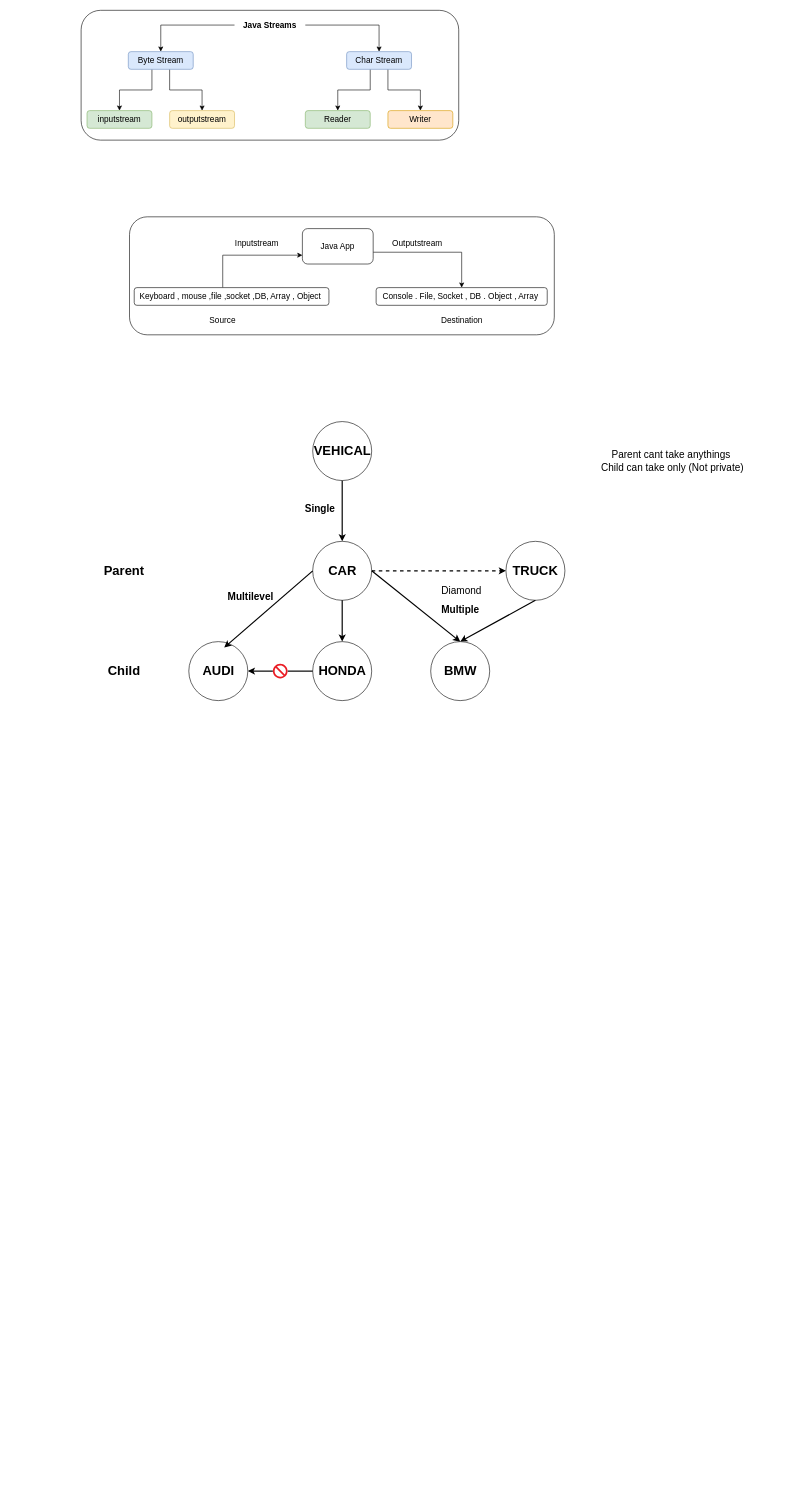
The draw.io diagram page "Page-2" (2 of 2) of AWS.drawio in Dhruv9066/Assignment, before the edit. Source tidied: cells renumbered, new cells numbered last; positions are measured from the earlier drawing's top-left corner, leaving out a move shared by most shapes. Both pictures are drawn from the tidied source at 59%, with x=0, y=0 at pixel (81, 10).
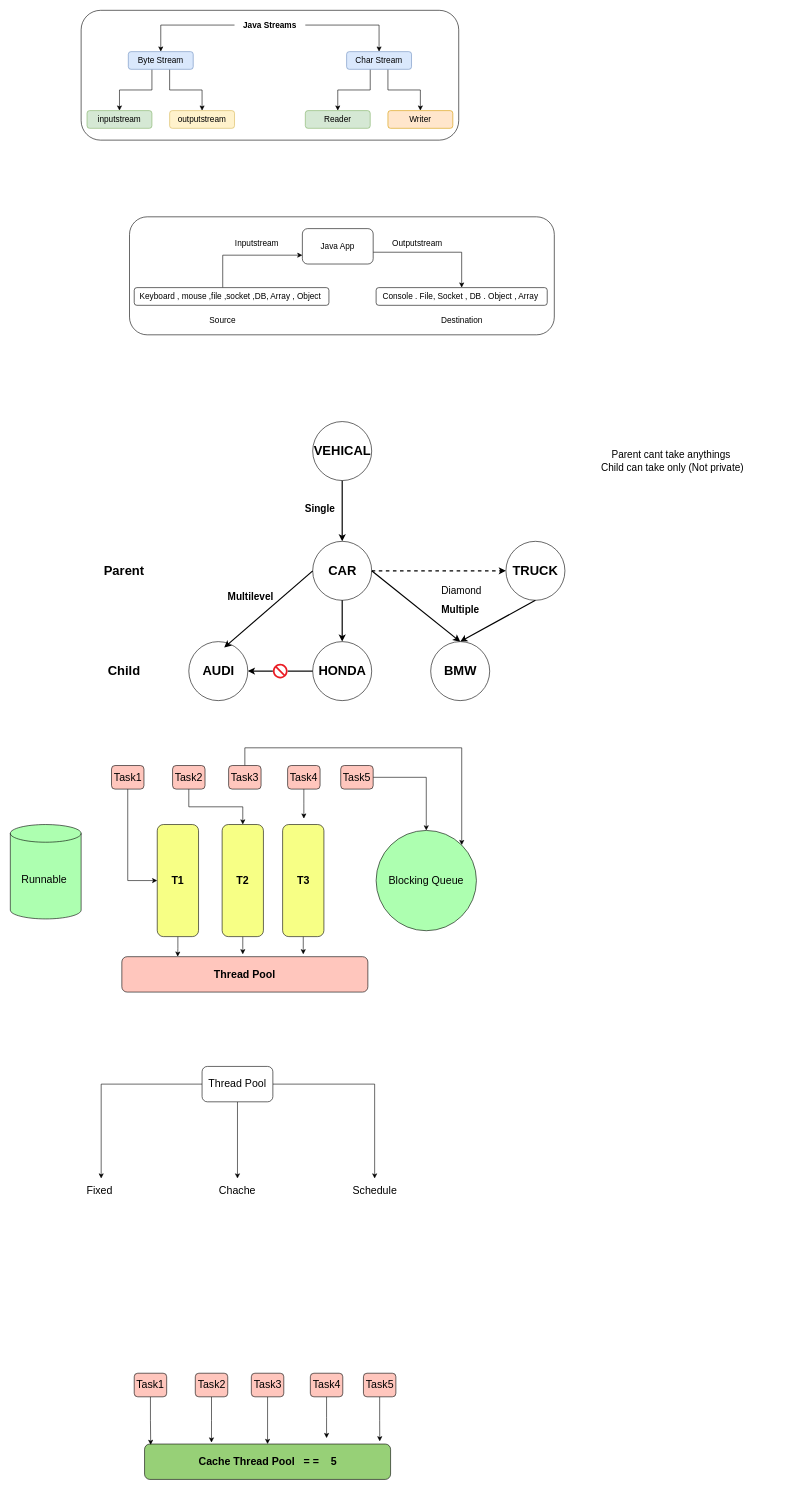
Above is the later version.

The edit, as a diff of the source:
```diff
@@
+    <mxCell id="48" value="&lt;b&gt;&lt;font style=&quot;font-size: 18px;&quot;&gt;Thread Pool&lt;/font&gt;&lt;/b&gt;" style="rounded=1;whiteSpace=wrap;html=1;fontSize=14;fillColor=#FFC6BD;" parent="1" vertex="1">
+      <mxGeometry x="69" y="1604" width="417" height="60" as="geometry" />
+    </mxCell>
+    <mxCell id="49" style="edgeStyle=orthogonalEdgeStyle;rounded=0;jettySize=auto;html=1;entryX=0.227;entryY=0;entryDx=0;entryDy=0;entryPerimeter=0;fontSize=18;" parent="1" edge="1" source="50" target="48">
+      <mxGeometry relative="1" as="geometry" />
+    </mxCell>
+    <mxCell id="50" value="&lt;b&gt;&lt;font style=&quot;font-size: 18px;&quot;&gt;T1&lt;/font&gt;&lt;/b&gt;" style="rounded=1;whiteSpace=wrap;html=1;fontSize=14;fillColor=#F7FF85;" parent="1" vertex="1">
+      <mxGeometry x="129" y="1380" width="70" height="190" as="geometry" />
+    </mxCell>
+    <mxCell id="51" style="edgeStyle=orthogonalEdgeStyle;rounded=0;jettySize=auto;html=1;fontSize=18;" parent="1" edge="1" source="52">
+      <mxGeometry relative="1" as="geometry">
+        <mxPoint x="376.5" y="1600" as="targetPoint" />
+      </mxGeometry>
+    </mxCell>
+    <mxCell id="52" value="&lt;b&gt;&lt;font style=&quot;font-size: 18px;&quot;&gt;T3&lt;/font&gt;&lt;/b&gt;" style="rounded=1;whiteSpace=wrap;html=1;fontSize=14;fillColor=#F7FF85;" parent="1" vertex="1">
+      <mxGeometry x="341.5" y="1380" width="70" height="190" as="geometry" />
+    </mxCell>
+    <mxCell id="53" style="edgeStyle=orthogonalEdgeStyle;rounded=0;jettySize=auto;html=1;fontSize=18;" parent="1" edge="1" source="54">
+      <mxGeometry relative="1" as="geometry">
+        <mxPoint x="274" y="1600" as="targetPoint" />
+      </mxGeometry>
+    </mxCell>
+    <mxCell id="54" value="&lt;b&gt;&lt;font style=&quot;font-size: 18px;&quot;&gt;T2&lt;/font&gt;&lt;/b&gt;" style="rounded=1;whiteSpace=wrap;html=1;fontSize=14;fillColor=#F7FF85;" parent="1" vertex="1">
+      <mxGeometry x="239" y="1380" width="70" height="190" as="geometry" />
+    </mxCell>
+    <mxCell id="55" style="edgeStyle=orthogonalEdgeStyle;rounded=0;jettySize=auto;html=1;entryX=0;entryY=0.5;entryDx=0;entryDy=0;fontSize=18;" parent="1" edge="1" source="56" target="50">
+      <mxGeometry relative="1" as="geometry">
+        <Array as="points">
+          <mxPoint x="79" y="1475" />
+        </Array>
+      </mxGeometry>
+    </mxCell>
+    <mxCell id="56" value="Task1" style="rounded=1;whiteSpace=wrap;html=1;fontSize=18;fillColor=#FFC6BD;" parent="1" vertex="1">
+      <mxGeometry x="51.5" y="1280" width="55" height="40" as="geometry" />
+    </mxCell>
+    <mxCell id="57" style="edgeStyle=orthogonalEdgeStyle;rounded=0;jettySize=auto;html=1;entryX=0.5;entryY=0;entryDx=0;entryDy=0;fontSize=18;" parent="1" edge="1" source="58" target="54">
+      <mxGeometry relative="1" as="geometry">
+        <Array as="points">
+          <mxPoint x="183" y="1350" />
+          <mxPoint x="274" y="1350" />
+        </Array>
+      </mxGeometry>
+    </mxCell>
+    <mxCell id="58" value="Task2" style="rounded=1;whiteSpace=wrap;html=1;fontSize=18;fillColor=#FFC6BD;" parent="1" vertex="1">
+      <mxGeometry x="155" y="1280" width="55" height="40" as="geometry" />
+    </mxCell>
+    <mxCell id="59" style="edgeStyle=orthogonalEdgeStyle;rounded=0;jettySize=auto;html=1;entryX=1;entryY=0;entryDx=0;entryDy=0;fontSize=18;" parent="1" edge="1" source="60" target="65">
+      <mxGeometry relative="1" as="geometry">
+        <Array as="points">
+          <mxPoint x="278" y="1250" />
+          <mxPoint x="645" y="1250" />
+        </Array>
+      </mxGeometry>
+    </mxCell>
+    <mxCell id="60" value="Task3" style="rounded=1;whiteSpace=wrap;html=1;fontSize=18;fillColor=#FFC6BD;" parent="1" vertex="1">
+      <mxGeometry x="250" y="1280" width="55" height="40" as="geometry" />
+    </mxCell>
+    <mxCell id="61" style="edgeStyle=orthogonalEdgeStyle;rounded=0;jettySize=auto;html=1;fontSize=18;" parent="1" edge="1" source="62">
+      <mxGeometry relative="1" as="geometry">
+        <mxPoint x="377.5" y="1370" as="targetPoint" />
+      </mxGeometry>
+    </mxCell>
+    <mxCell id="62" value="Task4" style="rounded=1;whiteSpace=wrap;html=1;fontSize=18;fillColor=#FFC6BD;" parent="1" vertex="1">
+      <mxGeometry x="350" y="1280" width="55" height="40" as="geometry" />
+    </mxCell>
+    <mxCell id="63" style="edgeStyle=orthogonalEdgeStyle;rounded=0;jettySize=auto;html=1;entryX=0.5;entryY=0;entryDx=0;entryDy=0;fontSize=18;" parent="1" edge="1" source="64" target="65">
+      <mxGeometry relative="1" as="geometry" />
+    </mxCell>
+    <mxCell id="64" value="Task5" style="rounded=1;whiteSpace=wrap;html=1;fontSize=18;fillColor=#FFC6BD;" parent="1" vertex="1">
+      <mxGeometry x="440" y="1280" width="55" height="40" as="geometry" />
+    </mxCell>
+    <mxCell id="65" value="Blocking Queue" style="ellipse;whiteSpace=wrap;html=1;fontSize=18;fillColor=#ADFFB0;" parent="1" vertex="1">
+      <mxGeometry x="500" y="1390" width="170" height="170" as="geometry" />
+    </mxCell>
+    <mxCell id="66" value="Runnable&amp;nbsp;" style="shape=cylinder3;whiteSpace=wrap;html=1;boundedLbl=1;backgroundOutline=1;size=15;fontSize=18;fillColor=#ADFFB0;" parent="1" vertex="1">
+      <mxGeometry x="-120" y="1380" width="120" height="160" as="geometry" />
+    </mxCell>
+    <mxCell id="67" style="edgeStyle=orthogonalEdgeStyle;rounded=0;jettySize=auto;html=1;fontSize=18;" parent="1" edge="1" source="70" target="71">
+      <mxGeometry relative="1" as="geometry" />
+    </mxCell>
+    <mxCell id="68" style="edgeStyle=orthogonalEdgeStyle;rounded=0;jettySize=auto;html=1;entryX=0.5;entryY=0;entryDx=0;entryDy=0;fontSize=18;" parent="1" edge="1" source="70" target="72">
+      <mxGeometry relative="1" as="geometry" />
+    </mxCell>
+    <mxCell id="69" style="edgeStyle=orthogonalEdgeStyle;rounded=0;jettySize=auto;html=1;entryX=0.5;entryY=0;entryDx=0;entryDy=0;fontSize=18;" parent="1" edge="1" source="70" target="73">
+      <mxGeometry relative="1" as="geometry" />
+    </mxCell>
+    <mxCell id="70" value="Thread Pool" style="rounded=1;whiteSpace=wrap;html=1;fontSize=18;fillColor=#FFFFFF;" parent="1" vertex="1">
+      <mxGeometry x="205" y="1790" width="120" height="60" as="geometry" />
+    </mxCell>
+    <mxCell id="71" value="Fixed&amp;nbsp;" style="text;html=1;strokeColor=none;fillColor=none;align=center;verticalAlign=middle;whiteSpace=wrap;rounded=0;fontSize=18;" parent="1" vertex="1">
+      <mxGeometry x="-61" y="1980" width="190" height="40" as="geometry" />
+    </mxCell>
+    <mxCell id="72" value="Chache" style="text;html=1;strokeColor=none;fillColor=none;align=center;verticalAlign=middle;whiteSpace=wrap;rounded=0;fontSize=18;" parent="1" vertex="1">
+      <mxGeometry x="170" y="1980" width="190" height="40" as="geometry" />
+    </mxCell>
+    <mxCell id="73" value="Schedule" style="text;html=1;strokeColor=none;fillColor=none;align=center;verticalAlign=middle;whiteSpace=wrap;rounded=0;fontSize=18;" parent="1" vertex="1">
+      <mxGeometry x="402.5" y="1980" width="190" height="40" as="geometry" />
+    </mxCell>
+    <mxCell id="74" value="&lt;b&gt;&lt;font style=&quot;font-size: 18px;&quot;&gt;Cache Thread Pool&amp;nbsp; &amp;nbsp;= =&amp;nbsp; &amp;nbsp; 5&lt;/font&gt;&lt;/b&gt;" style="rounded=1;whiteSpace=wrap;html=1;fontSize=14;fillColor=#97D077;" parent="1" vertex="1">
+      <mxGeometry x="107.5" y="2430" width="417" height="60" as="geometry" />
+    </mxCell>
+    <mxCell id="75" style="edgeStyle=orthogonalEdgeStyle;rounded=0;jettySize=auto;html=1;entryX=0.025;entryY=0.025;entryDx=0;entryDy=0;entryPerimeter=0;fontSize=18;" parent="1" edge="1" source="76" target="74">
+      <mxGeometry relative="1" as="geometry" />
+    </mxCell>
+    <mxCell id="76" value="Task1" style="rounded=1;whiteSpace=wrap;html=1;fontSize=18;fillColor=#FFC6BD;" parent="1" vertex="1">
+      <mxGeometry x="90" y="2310" width="55" height="40" as="geometry" />
+    </mxCell>
+    <mxCell id="77" style="edgeStyle=orthogonalEdgeStyle;rounded=0;jettySize=auto;html=1;entryX=0.272;entryY=-0.042;entryDx=0;entryDy=0;entryPerimeter=0;fontSize=18;" parent="1" edge="1" source="78" target="74">
+      <mxGeometry relative="1" as="geometry" />
+    </mxCell>
+    <mxCell id="78" value="Task2" style="rounded=1;whiteSpace=wrap;html=1;fontSize=18;fillColor=#FFC6BD;" parent="1" vertex="1">
+      <mxGeometry x="193.5" y="2310" width="55" height="40" as="geometry" />
+    </mxCell>
+    <mxCell id="79" style="edgeStyle=orthogonalEdgeStyle;rounded=0;jettySize=auto;html=1;entryX=0.5;entryY=0;entryDx=0;entryDy=0;fontSize=18;" parent="1" edge="1" source="80" target="74">
+      <mxGeometry relative="1" as="geometry" />
+    </mxCell>
+    <mxCell id="80" value="Task3" style="rounded=1;whiteSpace=wrap;html=1;fontSize=18;fillColor=#FFC6BD;" parent="1" vertex="1">
+      <mxGeometry x="288.5" y="2310" width="55" height="40" as="geometry" />
+    </mxCell>
+    <mxCell id="81" style="edgeStyle=orthogonalEdgeStyle;rounded=0;jettySize=auto;html=1;fontSize=18;" parent="1" edge="1" source="82">
+      <mxGeometry relative="1" as="geometry">
+        <mxPoint x="416" y="2420" as="targetPoint" />
+      </mxGeometry>
+    </mxCell>
+    <mxCell id="82" value="Task4" style="rounded=1;whiteSpace=wrap;html=1;fontSize=18;fillColor=#FFC6BD;" parent="1" vertex="1">
+      <mxGeometry x="388.5" y="2310" width="55" height="40" as="geometry" />
+    </mxCell>
+    <mxCell id="83" style="edgeStyle=orthogonalEdgeStyle;rounded=0;jettySize=auto;html=1;entryX=0.956;entryY=-0.075;entryDx=0;entryDy=0;entryPerimeter=0;fontSize=18;" parent="1" edge="1" source="84" target="74">
+      <mxGeometry relative="1" as="geometry" />
+    </mxCell>
+    <mxCell id="84" value="Task5" style="rounded=1;whiteSpace=wrap;html=1;fontSize=18;fillColor=#FFC6BD;" parent="1" vertex="1">
+      <mxGeometry x="478.5" y="2310" width="55" height="40" as="geometry" />
+    </mxCell>
```
